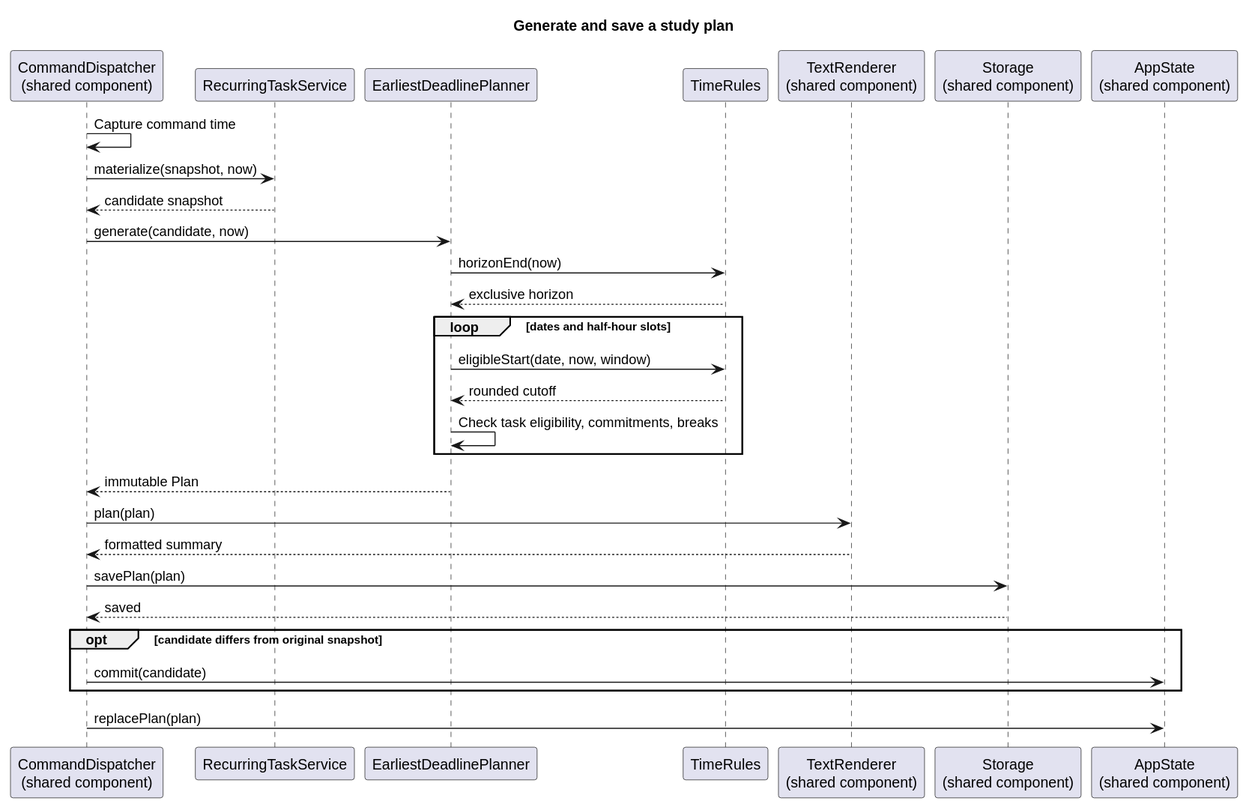
The PlantUML diagram docs/images/gabriel-planning-sequence-Generate_and_save_a_study_plan.svg in AY2627S1-CS2113-T10-1/tp, before a commit. Its diagram source:
```plantuml
@startuml
title Generate and save a study plan

participant "CommandDispatcher\n(shared component)" as D
participant RecurringTaskService as R
participant EarliestDeadlinePlanner as P
participant TimeRules as T
participant "TextRenderer\n(shared component)" as V
participant "Storage\n(shared component)" as S
participant "AppState\n(shared component)" as A

D -> D: Capture command time
D -> R: materialize(snapshot, now)
R --> D: candidate snapshot
D -> P: generate(candidate, now)
P -> T: horizonEnd(now)
T --> P: exclusive horizon

loop dates and half-hour slots
    P -> T: eligibleStart(date, now, window)
    T --> P: rounded cutoff
    P -> P: Check task eligibility, commitments, breaks
end

P --> D: immutable Plan
D -> V: plan(plan)
V --> D: formatted summary
D -> S: savePlan(plan)
S --> D: saved
opt candidate differs from original snapshot
    D -> A: commit(candidate)
end
D -> A: replacePlan(plan)
@enduml
```
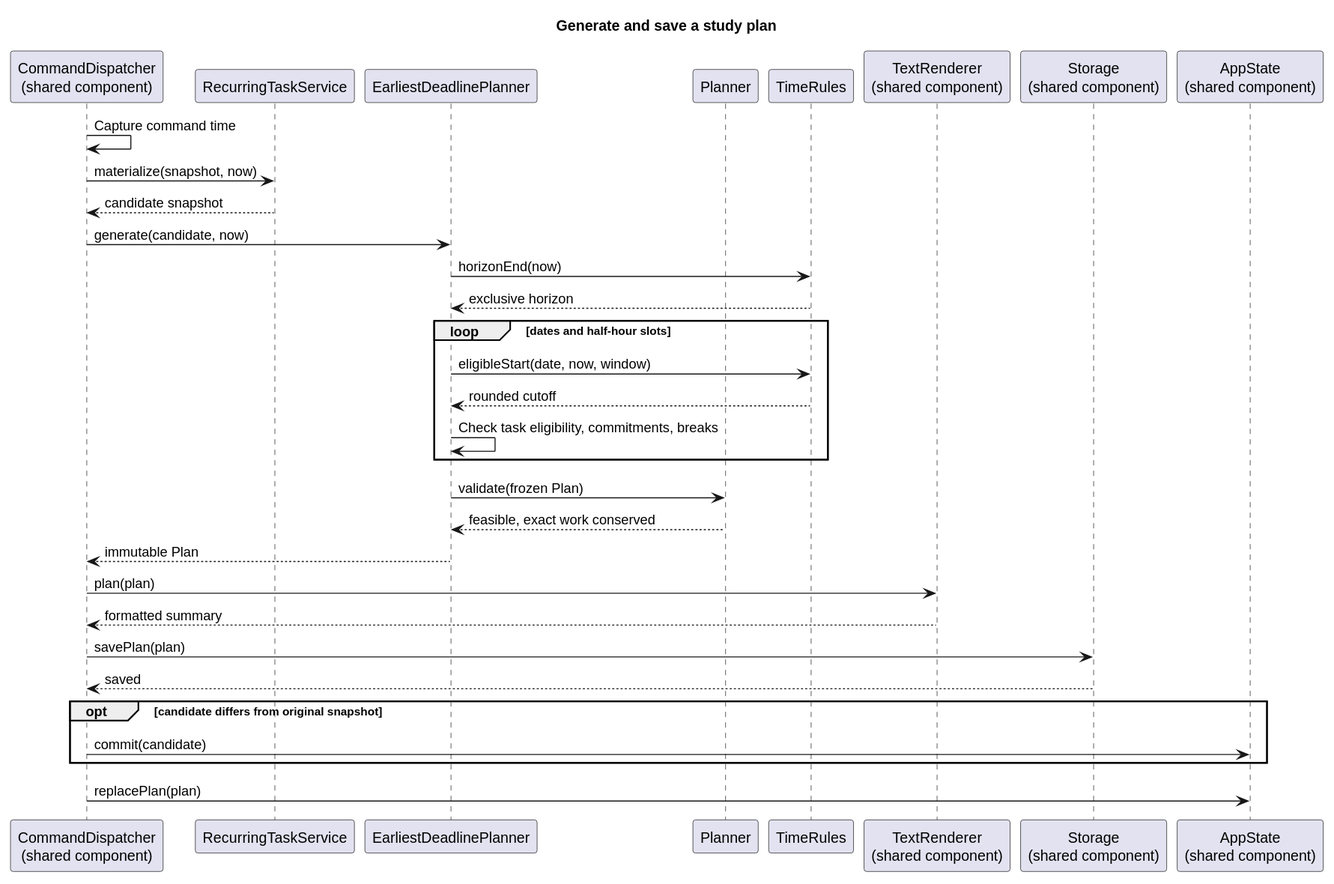
Later version of the same file.

Commit message:
Validate frozen planning allocations

The edit, as a diff of the source:
```diff
@@ -4,6 +4,7 @@
 participant "CommandDispatcher\n(shared component)" as D
 participant RecurringTaskService as R
 participant EarliestDeadlinePlanner as P
+participant Planner as C
 participant TimeRules as T
 participant "TextRenderer\n(shared component)" as V
 participant "Storage\n(shared component)" as S
@@ -22,6 +23,8 @@
     P -> P: Check task eligibility, commitments, breaks
 end
 
+P -> C: validate(frozen Plan)
+C --> P: feasible, exact work conserved
 P --> D: immutable Plan
 D -> V: plan(plan)
 V --> D: formatted summary
```
